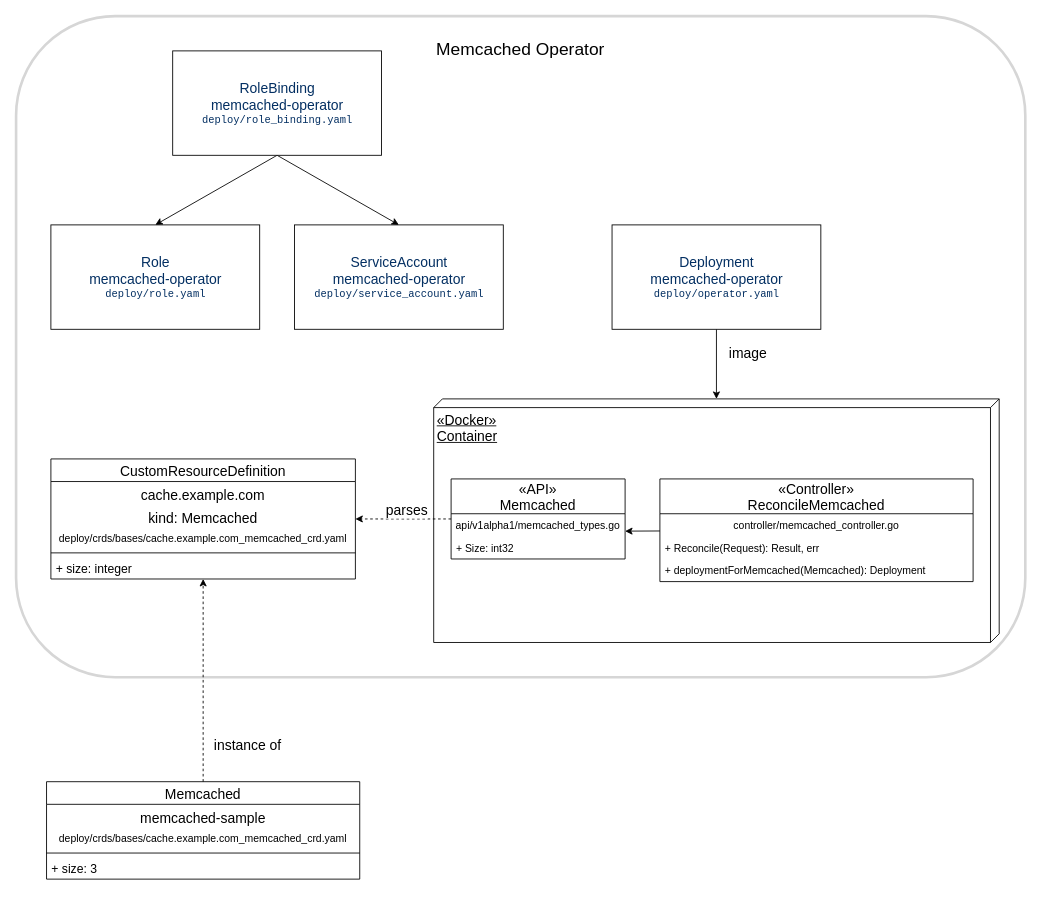
Above: images/MemcachedOperator.drawio in IBM/create-and-deploy-memcached-operator-using-go (draw.io), before the change. Source tidied: cells renumbered, new cells numbered last; positions are measured from the earlier drawing's top-left corner, leaving out a move shared by most shapes. Both pictures are drawn from the tidied source at 87%, with x=0, y=0 at pixel (16, 16).
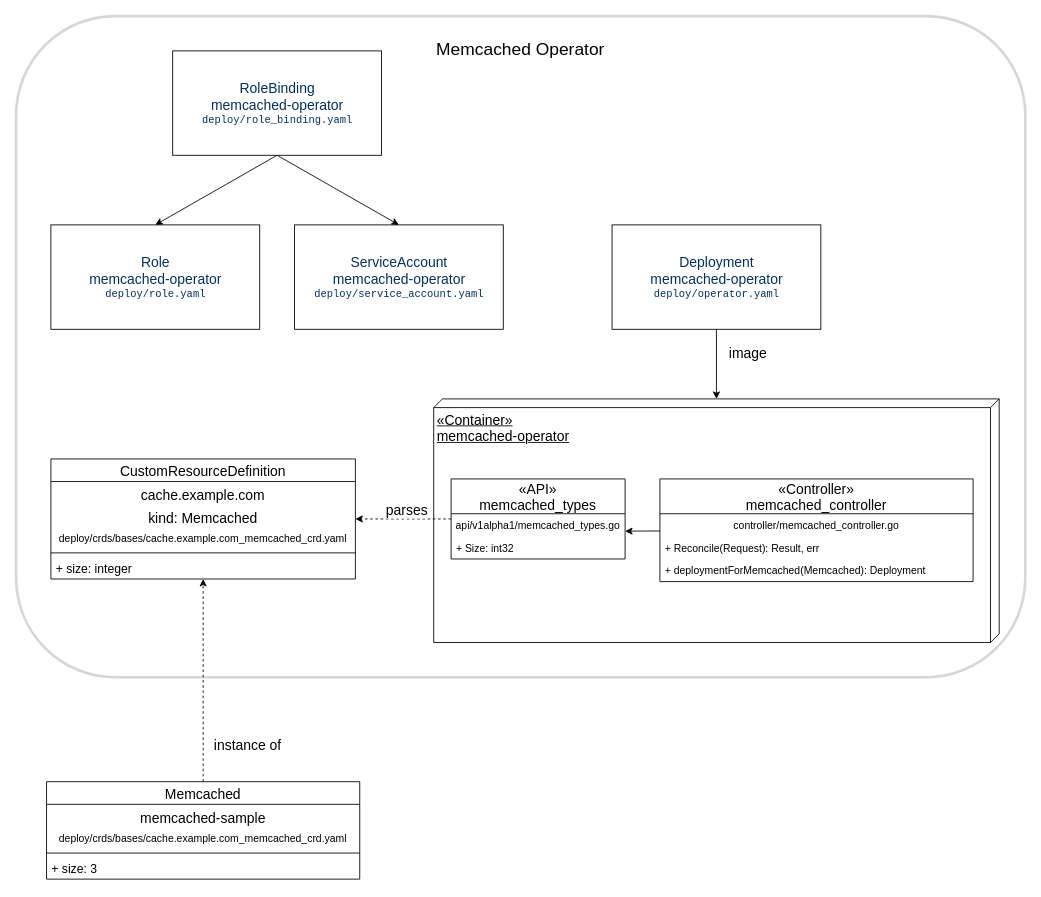
The same diagram, later.

Commit message (it also covers changes not shown here):
TT-ISV-org/operator#122: Revisions based on comments

Diff of the diagram source:
```diff
@@
-    <mxCell id="11" value="&lt;font&gt;&lt;div&gt;&lt;span style=&quot;font-size: 16px&quot;&gt;«Docker»&lt;/span&gt;&lt;/div&gt;&lt;span style=&quot;font-size: 16px&quot;&gt;Container&lt;/span&gt;&lt;/font&gt;" style="verticalAlign=top;align=left;spacingTop=8;spacingLeft=2;spacingRight=12;shape=cube;size=10;direction=south;fontStyle=4;html=1;" parent="1" vertex="1">
+    <mxCell id="11" value="&lt;font&gt;&lt;div&gt;&lt;span style=&quot;font-size: 16px&quot;&gt;«&lt;/span&gt;&lt;span style=&quot;font-size: 16px&quot;&gt;Container&lt;/span&gt;&lt;span style=&quot;font-size: 16px&quot;&gt;»&lt;/span&gt;&lt;/div&gt;&lt;span style=&quot;font-size: 16px&quot;&gt;memcached-operator&lt;/span&gt;&lt;br&gt;&lt;/font&gt;" style="verticalAlign=top;align=left;spacingTop=8;spacingLeft=2;spacingRight=12;shape=cube;size=10;direction=south;fontStyle=4;html=1;" parent="1" vertex="1">
       <mxGeometry x="480" y="440" width="650" height="280" as="geometry" />
     </mxCell>
@@
-    <mxCell id="13" value="«Controller»&#10;ReconcileMemcached" style="swimlane;fontStyle=0;horizontal=1;startSize=40;fillColor=none;fontSize=16;" parent="1" vertex="1">
+    <mxCell id="13" value="«Controller»&#10;memcached_controller" style="swimlane;fontStyle=0;horizontal=1;startSize=40;fillColor=none;fontSize=16;" parent="1" vertex="1">
       <mxGeometry x="740" y="532" width="360" height="118" as="geometry" />
     </mxCell>
@@
-    <mxCell id="17" value="«API»&#10;Memcached" style="swimlane;fontStyle=0;horizontal=1;startSize=40;fillColor=none;fontSize=16;" parent="1" vertex="1">
+    <mxCell id="17" value="«API»&#10;memcached_types" style="swimlane;fontStyle=0;horizontal=1;startSize=40;fillColor=none;fontSize=16;" parent="1" vertex="1">
       <mxGeometry x="500" y="532" width="200" height="92" as="geometry" />
     </mxCell>
```
